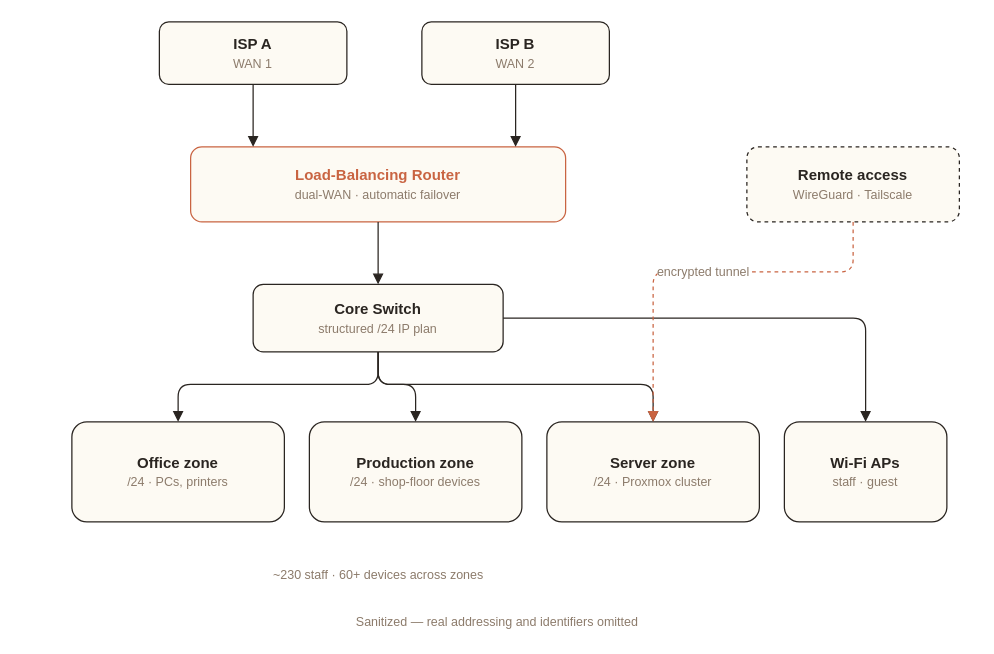
NsamaX/Portfolio keeps this draw.io diagram as diagrams/network.drawio. Above is the earlier version. Source tidied: cells renumbered, new cells numbered last; positions are measured from the earlier drawing's top-left corner, leaving out a move shared by most shapes. Both pictures are drawn from the tidied source at 125%, with x=0, y=0 at pixel (71, 21).
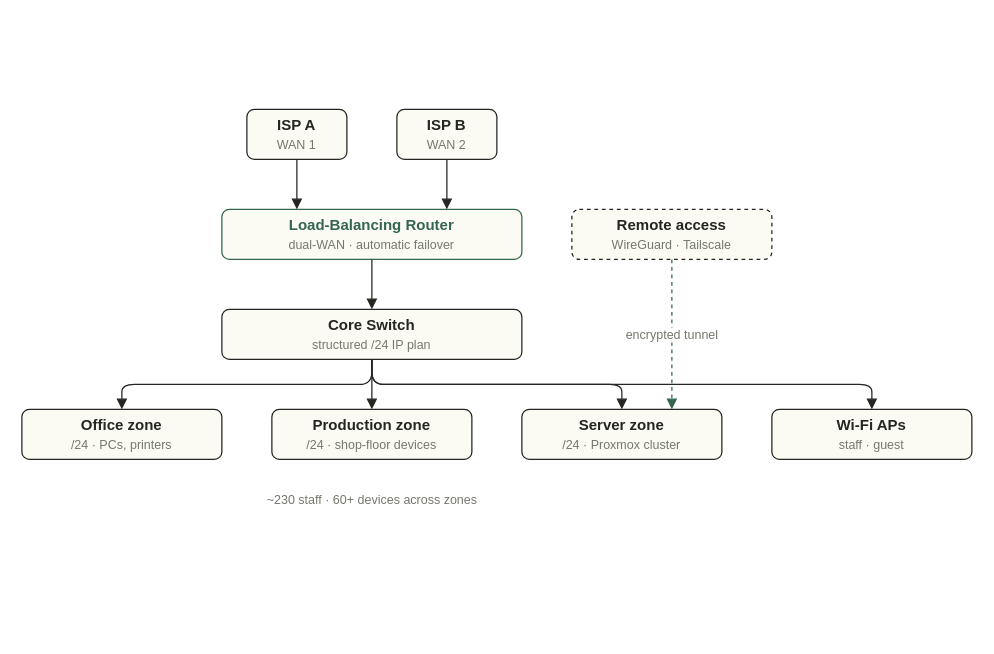
The same page after the edit.

The edit, as a diff of the source:
```diff
@@
-    <mxCell id="2" value="&lt;b&gt;ISP A&lt;/b&gt;&lt;br&gt;&lt;font color=&quot;#8C7B6B&quot; style=&quot;font-size:10px&quot;&gt;WAN 1&lt;/font&gt;" style="rounded=1;whiteSpace=wrap;html=1;fillColor=#FDFAF3;strokeColor=#2A2521;fontColor=#2A2521;fontSize=12;" parent="1" vertex="1">
-      <mxGeometry x="70" width="150" height="50" as="geometry" />
+    <mxCell id="2" value="&lt;b&gt;ISP A&lt;/b&gt;&lt;br&gt;&lt;font color=&quot;#75786C&quot; style=&quot;font-size:10px&quot;&gt;WAN 1&lt;/font&gt;" style="rounded=1;whiteSpace=wrap;html=1;fillColor=#FBFAF3;strokeColor=#232621;fontColor=#232621;fontSize=12;" parent="1" vertex="1">
+      <mxGeometry x="140" y="70" width="80" height="40" as="geometry" />
     </mxCell>
-    <mxCell id="3" value="&lt;b&gt;ISP B&lt;/b&gt;&lt;br&gt;&lt;font color=&quot;#8C7B6B&quot; style=&quot;font-size:10px&quot;&gt;WAN 2&lt;/font&gt;" style="rounded=1;whiteSpace=wrap;html=1;fillColor=#FDFAF3;strokeColor=#2A2521;fontColor=#2A2521;fontSize=12;" parent="1" vertex="1">
-      <mxGeometry x="280" width="150" height="50" as="geometry" />
+    <mxCell id="3" value="&lt;b&gt;ISP B&lt;/b&gt;&lt;br&gt;&lt;font color=&quot;#75786C&quot; style=&quot;font-size:10px&quot;&gt;WAN 2&lt;/font&gt;" style="rounded=1;whiteSpace=wrap;html=1;fillColor=#FBFAF3;strokeColor=#232621;fontColor=#232621;fontSize=12;" parent="1" vertex="1">
+      <mxGeometry x="260" y="70" width="80" height="40" as="geometry" />
     </mxCell>
-    <mxCell id="4" value="&lt;font color=&quot;#C96442&quot;&gt;&lt;b&gt;Load-Balancing Router&lt;/b&gt;&lt;/font&gt;&lt;br&gt;&lt;font color=&quot;#8C7B6B&quot; style=&quot;font-size:10px&quot;&gt;dual-WAN · automatic failover&lt;/font&gt;" style="rounded=1;whiteSpace=wrap;html=1;fillColor=#FDFAF3;strokeColor=#C96442;fontColor=#2A2521;fontSize=12;" parent="1" vertex="1">
-      <mxGeometry x="95" y="100" width="300" height="60" as="geometry" />
+    <mxCell id="4" value="&lt;font color=&quot;#35664F&quot;&gt;&lt;b&gt;Load-Balancing Router&lt;/b&gt;&lt;/font&gt;&lt;br&gt;&lt;font color=&quot;#75786C&quot; style=&quot;font-size:10px&quot;&gt;dual-WAN · automatic failover&lt;/font&gt;" style="rounded=1;whiteSpace=wrap;html=1;fillColor=#FBFAF3;strokeColor=#35664F;fontColor=#232621;fontSize=12;" parent="1" vertex="1">
+      <mxGeometry x="120" y="150" width="240" height="40" as="geometry" />
     </mxCell>
-    <mxCell id="5" value="&lt;b&gt;Core Switch&lt;/b&gt;&lt;br&gt;&lt;font color=&quot;#8C7B6B&quot; style=&quot;font-size:10px&quot;&gt;structured /24 IP plan&lt;/font&gt;" style="rounded=1;whiteSpace=wrap;html=1;fillColor=#FDFAF3;strokeColor=#2A2521;fontColor=#2A2521;fontSize=12;" parent="1" vertex="1">
-      <mxGeometry x="145" y="210" width="200" height="54" as="geometry" />
+    <mxCell id="5" value="&lt;b&gt;Core Switch&lt;/b&gt;&lt;br&gt;&lt;font color=&quot;#75786C&quot; style=&quot;font-size:10px&quot;&gt;structured /24 IP plan&lt;/font&gt;" style="rounded=1;whiteSpace=wrap;html=1;fillColor=#FBFAF3;strokeColor=#232621;fontColor=#232621;fontSize=12;" parent="1" vertex="1">
+      <mxGeometry x="120" y="230" width="240" height="40" as="geometry" />
     </mxCell>
-    <mxCell id="6" value="&lt;b&gt;Office zone&lt;/b&gt;&lt;br&gt;&lt;font color=&quot;#8C7B6B&quot; style=&quot;font-size:10px&quot;&gt;/24 · PCs, printers&lt;/font&gt;" style="rounded=1;whiteSpace=wrap;html=1;fillColor=#FDFAF3;strokeColor=#2A2521;fontColor=#2A2521;fontSize=12;" parent="1" vertex="1">
-      <mxGeometry y="320" width="170" height="80" as="geometry" />
+    <mxCell id="6" value="&lt;b&gt;Office zone&lt;/b&gt;&lt;br&gt;&lt;font color=&quot;#75786C&quot; style=&quot;font-size:10px&quot;&gt;/24 · PCs, printers&lt;/font&gt;" style="rounded=1;whiteSpace=wrap;html=1;fillColor=#FBFAF3;strokeColor=#232621;fontColor=#232621;fontSize=12;" parent="1" vertex="1">
+      <mxGeometry x="-40" y="310" width="160" height="40" as="geometry" />
     </mxCell>
-    <mxCell id="7" value="&lt;b&gt;Production zone&lt;/b&gt;&lt;br&gt;&lt;font color=&quot;#8C7B6B&quot; style=&quot;font-size:10px&quot;&gt;/24 · shop-floor devices&lt;/font&gt;" style="rounded=1;whiteSpace=wrap;html=1;fillColor=#FDFAF3;strokeColor=#2A2521;fontColor=#2A2521;fontSize=12;" parent="1" vertex="1">
-      <mxGeometry x="190" y="320" width="170" height="80" as="geometry" />
+    <mxCell id="7" value="&lt;b&gt;Production zone&lt;/b&gt;&lt;br&gt;&lt;font color=&quot;#75786C&quot; style=&quot;font-size:10px&quot;&gt;/24 · shop-floor devices&lt;/font&gt;" style="rounded=1;whiteSpace=wrap;html=1;fillColor=#FBFAF3;strokeColor=#232621;fontColor=#232621;fontSize=12;" parent="1" vertex="1">
+      <mxGeometry x="160" y="310" width="160" height="40" as="geometry" />
     </mxCell>
-    <mxCell id="8" value="&lt;b&gt;Server zone&lt;/b&gt;&lt;br&gt;&lt;font color=&quot;#8C7B6B&quot; style=&quot;font-size:10px&quot;&gt;/24 · Proxmox cluster&lt;/font&gt;" style="rounded=1;whiteSpace=wrap;html=1;fillColor=#FDFAF3;strokeColor=#2A2521;fontColor=#2A2521;fontSize=12;" parent="1" vertex="1">
-      <mxGeometry x="380" y="320" width="170" height="80" as="geometry" />
+    <mxCell id="8" value="&lt;b&gt;Server zone&lt;/b&gt;&lt;br&gt;&lt;font color=&quot;#75786C&quot; style=&quot;font-size:10px&quot;&gt;/24 · Proxmox cluster&lt;/font&gt;" style="rounded=1;whiteSpace=wrap;html=1;fillColor=#FBFAF3;strokeColor=#232621;fontColor=#232621;fontSize=12;" parent="1" vertex="1">
+      <mxGeometry x="360" y="310" width="160" height="40" as="geometry" />
     </mxCell>
-    <mxCell id="9" value="&lt;b&gt;Wi-Fi APs&lt;/b&gt;&lt;br&gt;&lt;font color=&quot;#8C7B6B&quot; style=&quot;font-size:10px&quot;&gt;staff · guest&lt;/font&gt;" style="rounded=1;whiteSpace=wrap;html=1;fillColor=#FDFAF3;strokeColor=#2A2521;fontColor=#2A2521;fontSize=12;" parent="1" vertex="1">
-      <mxGeometry x="570" y="320" width="130" height="80" as="geometry" />
+    <mxCell id="9" value="&lt;b&gt;Wi-Fi APs&lt;/b&gt;&lt;br&gt;&lt;font color=&quot;#75786C&quot; style=&quot;font-size:10px&quot;&gt;staff · guest&lt;/font&gt;" style="rounded=1;whiteSpace=wrap;html=1;fillColor=#FBFAF3;strokeColor=#232621;fontColor=#232621;fontSize=12;" parent="1" vertex="1">
+      <mxGeometry x="560" y="310" width="160" height="40" as="geometry" />
     </mxCell>
-    <mxCell id="10" value="&lt;b&gt;Remote access&lt;/b&gt;&lt;br&gt;&lt;font color=&quot;#8C7B6B&quot; style=&quot;font-size:10px&quot;&gt;WireGuard · Tailscale&lt;/font&gt;" style="rounded=1;whiteSpace=wrap;html=1;fillColor=#FDFAF3;strokeColor=#2A2521;fontColor=#2A2521;fontSize=12;dashed=1;" parent="1" vertex="1">
-      <mxGeometry x="540" y="100" width="170" height="60" as="geometry" />
+    <mxCell id="10" value="&lt;b&gt;Remote access&lt;/b&gt;&lt;br&gt;&lt;font color=&quot;#75786C&quot; style=&quot;font-size:10px&quot;&gt;WireGuard · Tailscale&lt;/font&gt;" style="rounded=1;whiteSpace=wrap;html=1;fillColor=#FBFAF3;strokeColor=#232621;fontColor=#232621;fontSize=12;dashed=1;" parent="1" vertex="1">
+      <mxGeometry x="400" y="150" width="160" height="40" as="geometry" />
     </mxCell>
-    <mxCell id="11" style="endArrow=block;endFill=1;html=1;rounded=1;strokeColor=#2A2521;fontColor=#8C7B6B;fontSize=10;" parent="1" edge="1">
-      <mxGeometry relative="1" as="geometry">
-        <mxPoint x="145" y="50" as="sourcePoint" />
-        <mxPoint x="145" y="100" as="targetPoint" />
-      </mxGeometry>
+    <mxCell id="11" style="endArrow=block;endFill=1;html=1;rounded=1;strokeColor=#232621;fontColor=#75786C;fontSize=10;entryX=0.25;entryY=0;entryDx=0;entryDy=0;exitX=0.5;exitY=1;exitDx=0;exitDy=0;" parent="1" edge="1" source="2" target="4">
+      <mxGeometry relative="1" as="geometry" />
     </mxCell>
-    <mxCell id="12" style="endArrow=block;endFill=1;html=1;rounded=1;strokeColor=#2A2521;fontColor=#8C7B6B;fontSize=10;" parent="1" edge="1">
-      <mxGeometry relative="1" as="geometry">
-        <mxPoint x="355" y="50" as="sourcePoint" />
-        <mxPoint x="355" y="100" as="targetPoint" />
-      </mxGeometry>
+    <mxCell id="12" style="endArrow=block;endFill=1;html=1;rounded=1;strokeColor=#232621;fontColor=#75786C;fontSize=10;entryX=0.75;entryY=0;entryDx=0;entryDy=0;exitX=0.5;exitY=1;exitDx=0;exitDy=0;" parent="1" edge="1" source="3" target="4">
+      <mxGeometry relative="1" as="geometry" />
     </mxCell>
-    <mxCell id="13" style="endArrow=block;endFill=1;html=1;rounded=1;strokeColor=#2A2521;fontColor=#8C7B6B;fontSize=10;" parent="1" edge="1">
-      <mxGeometry relative="1" as="geometry">
-        <mxPoint x="245" y="160" as="sourcePoint" />
-        <mxPoint x="245" y="210" as="targetPoint" />
-      </mxGeometry>
+    <mxCell id="13" style="endArrow=block;endFill=1;html=1;rounded=1;strokeColor=#232621;fontColor=#75786C;fontSize=10;exitX=0.5;exitY=1;exitDx=0;exitDy=0;entryX=0.5;entryY=0;entryDx=0;entryDy=0;" parent="1" edge="1" source="4" target="5">
+      <mxGeometry relative="1" as="geometry" />
     </mxCell>
-    <mxCell id="14" style="endArrow=block;endFill=1;html=1;rounded=1;strokeColor=#2A2521;fontColor=#8C7B6B;fontSize=10;" parent="1" edge="1">
-      <mxGeometry relative="1" as="geometry">
-        <mxPoint x="245" y="264" as="sourcePoint" />
-        <mxPoint x="85" y="320" as="targetPoint" />
-        <Array as="points">
-          <mxPoint x="245" y="290" />
-          <mxPoint x="85" y="290" />
-        </Array>
-      </mxGeometry>
+    <mxCell id="14" style="endArrow=block;endFill=1;html=1;rounded=1;strokeColor=#232621;fontColor=#75786C;fontSize=10;entryX=0.5;entryY=0;entryDx=0;entryDy=0;exitX=0.5;exitY=1;exitDx=0;exitDy=0;edgeStyle=orthogonalEdgeStyle;" parent="1" edge="1" source="5" target="6">
+      <mxGeometry relative="1" as="geometry" />
     </mxCell>
+    <mxCell id="17" style="endArrow=block;endFill=1;html=1;rounded=1;strokeColor=#232621;fontColor=#75786C;fontSize=10;entryX=0.5;entryY=0;entryDx=0;entryDy=0;edgeStyle=orthogonalEdgeStyle;exitX=0.5;exitY=1;exitDx=0;exitDy=0;" parent="1" edge="1" source="5" target="9">
+      <mxGeometry relative="1" as="geometry" />
+    </mxCell>
-    <mxCell id="15" style="endArrow=block;endFill=1;html=1;rounded=1;strokeColor=#2A2521;fontColor=#8C7B6B;fontSize=10;" parent="1" edge="1">
-      <mxGeometry relative="1" as="geometry">
-        <mxPoint x="245" y="264" as="sourcePoint" />
-        <mxPoint x="275" y="320" as="targetPoint" />
-        <Array as="points">
-          <mxPoint x="245" y="290" />
-          <mxPoint x="275" y="290" />
-        </Array>
-      </mxGeometry>
+    <mxCell id="15" style="endArrow=block;endFill=1;html=1;rounded=1;strokeColor=#232621;fontColor=#75786C;fontSize=10;entryX=0.5;entryY=0;entryDx=0;entryDy=0;edgeStyle=orthogonalEdgeStyle;exitX=0.5;exitY=1;exitDx=0;exitDy=0;" parent="1" edge="1" source="5" target="7">
+      <mxGeometry relative="1" as="geometry" />
     </mxCell>
-    <mxCell id="16" style="endArrow=block;endFill=1;html=1;rounded=1;strokeColor=#2A2521;fontColor=#8C7B6B;fontSize=10;" parent="1" edge="1">
-      <mxGeometry relative="1" as="geometry">
-        <mxPoint x="245" y="264" as="sourcePoint" />
-        <mxPoint x="465" y="320" as="targetPoint" />
-        <Array as="points">
-          <mxPoint x="245" y="290" />
-          <mxPoint x="465" y="290" />
-        </Array>
-      </mxGeometry>
+    <mxCell id="16" style="endArrow=block;endFill=1;html=1;rounded=1;strokeColor=#232621;fontColor=#75786C;fontSize=10;entryX=0.5;entryY=0;entryDx=0;entryDy=0;edgeStyle=orthogonalEdgeStyle;exitX=0.5;exitY=1;exitDx=0;exitDy=0;" parent="1" edge="1" source="5" target="8">
+      <mxGeometry relative="1" as="geometry" />
     </mxCell>
-    <mxCell id="17" style="endArrow=block;endFill=1;html=1;rounded=1;strokeColor=#2A2521;fontColor=#8C7B6B;fontSize=10;" parent="1" edge="1">
-      <mxGeometry relative="1" as="geometry">
-        <mxPoint x="345" y="237" as="sourcePoint" />
-        <mxPoint x="635" y="320" as="targetPoint" />
-        <Array as="points">
-          <mxPoint x="635" y="237" />
-        </Array>
-      </mxGeometry>
-    </mxCell>
-    <mxCell id="18" value="encrypted tunnel" style="endArrow=block;endFill=1;html=1;rounded=1;strokeColor=#C96442;fontColor=#8C7B6B;fontSize=10;dashed=1;" parent="1" edge="1">
-      <mxGeometry relative="1" as="geometry">
-        <mxPoint x="625" y="160" as="sourcePoint" />
-        <mxPoint x="465" y="320" as="targetPoint" />
-        <Array as="points">
-          <mxPoint x="625" y="200" />
-          <mxPoint x="465" y="200" />
-        </Array>
-      </mxGeometry>
+    <mxCell id="18" value="encrypted tunnel" style="endArrow=block;endFill=1;html=1;rounded=1;strokeColor=#35664F;fontColor=#75786C;fontSize=10;dashed=1;exitX=0.5;exitY=1;exitDx=0;exitDy=0;entryX=0.75;entryY=0;entryDx=0;entryDy=0;edgeStyle=orthogonalEdgeStyle;" parent="1" edge="1" source="10" target="8">
+      <mxGeometry relative="1" as="geometry" />
     </mxCell>
-    <mxCell id="19" value="~230 staff · 60+ devices across zones" style="text;html=1;align=center;fontSize=10;fontColor=#8C7B6B;" parent="1" vertex="1">
-      <mxGeometry x="95" y="430" width="300" height="20" as="geometry" />
+    <mxCell id="19" value="~230 staff · 60+ devices across zones" style="text;html=1;align=center;fontSize=10;fontColor=#75786C;" parent="1" vertex="1">
+      <mxGeometry x="120" y="370" width="240" height="20" as="geometry" />
     </mxCell>
-    <mxCell id="20" value="Sanitized — real addressing and identifiers omitted" style="text;html=1;align=center;fontSize=10;fontColor=#8C7B6B;" parent="1" vertex="1">
-      <mxGeometry x="190" y="468" width="300" height="20" as="geometry" />
-    </mxCell>
```
